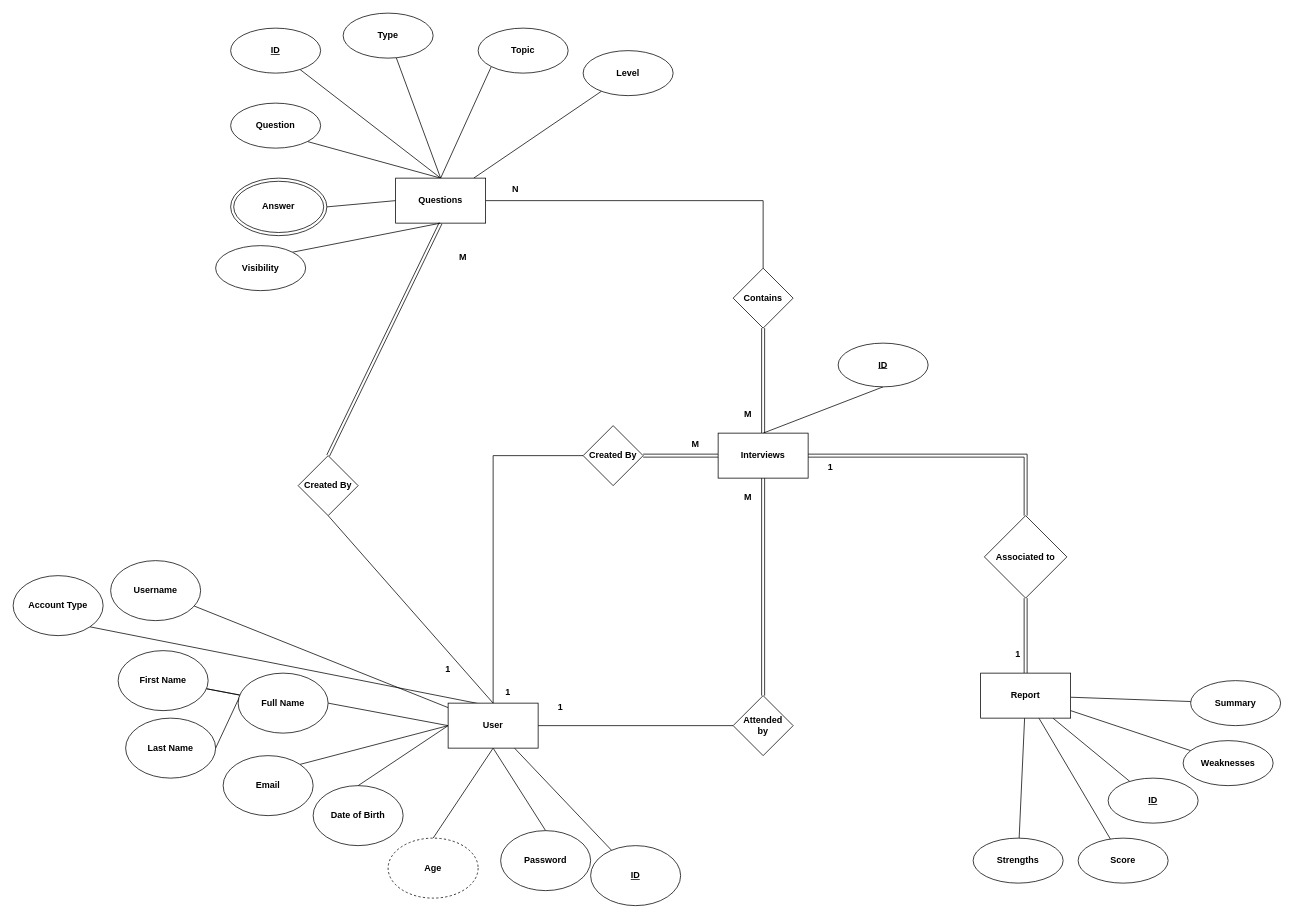
Before: docs/diagrams/ERD.drawio in YP6/AI-Interviewer-BOT, a draw.io diagram. Source tidied: cells renumbered, new cells numbered last; positions are measured from the earlier drawing's top-left corner, leaving out a move shared by most shapes. Both pictures are drawn from the tidied source at 75%, with x=0, y=0 at pixel (13, 13).
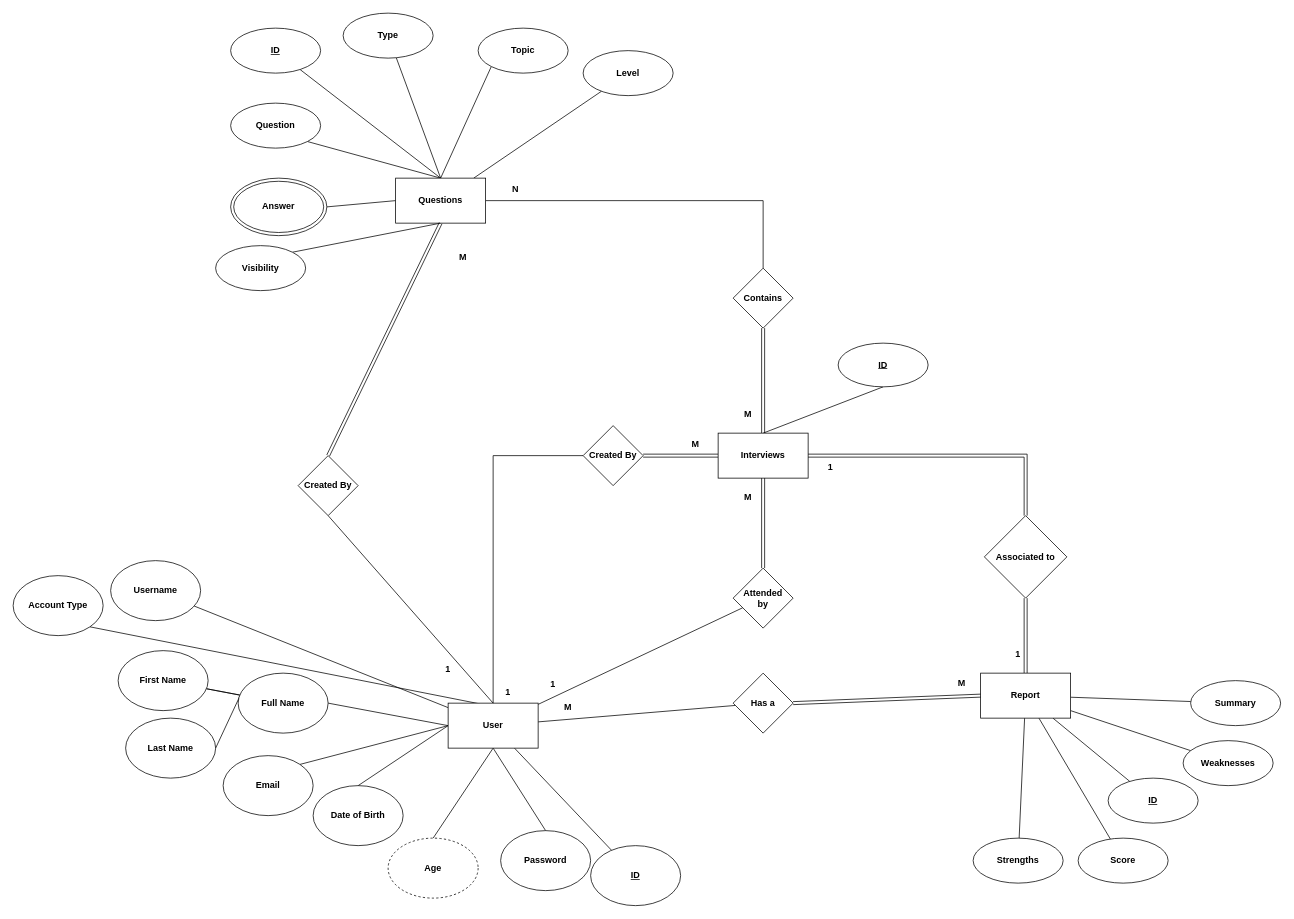
The same page after the edit.

Unchanged cells that the change refers to:
```xml
<mxCell id="12" value="&lt;b&gt;User&lt;/b&gt;" style="rounded=0;whiteSpace=wrap;html=1;" parent="1" vertex="1">
  <mxGeometry x="580" y="920" width="120" height="60" as="geometry" />
</mxCell>
<mxCell id="67" value="&lt;b&gt;Report&lt;/b&gt;" style="rounded=0;whiteSpace=wrap;html=1;" parent="1" vertex="1">
  <mxGeometry x="1290" y="880" width="120" height="60" as="geometry" />
</mxCell>
```

Diff of the diagram source:
```diff
@@
+    <mxCell id="81" style="rounded=0;jettySize=auto;html=1;endArrow=none;endFill=0;" parent="1" edge="1" source="12" target="83">
+      <mxGeometry relative="1" as="geometry" />
+    </mxCell>
@@
     <mxCell id="76" value="&lt;b&gt;Attended&lt;br&gt;by&lt;br&gt;&lt;/b&gt;" style="rhombus;whiteSpace=wrap;html=1;rounded=0;" parent="1" vertex="1">
-      <mxGeometry x="960" y="910" width="80" height="80" as="geometry" />
+      <mxGeometry x="960" y="740" width="80" height="80" as="geometry" />
     </mxCell>
@@
     <mxCell id="78" value="&lt;b&gt;1&lt;/b&gt;" style="text;html=1;strokeColor=none;fillColor=none;align=center;verticalAlign=middle;whiteSpace=wrap;rounded=0;" parent="1" vertex="1">
-      <mxGeometry x="700" y="910" width="60" height="30" as="geometry" />
+      <mxGeometry x="690" y="880" width="60" height="30" as="geometry" />
     </mxCell>
@@
+    <mxCell id="82" style="rounded=0;jettySize=auto;html=1;exitX=1;exitY=0.5;exitDx=0;exitDy=0;entryX=0;entryY=0.5;entryDx=0;entryDy=0;endArrow=none;endFill=0;shape=link;" parent="1" edge="1" source="83" target="67">
+      <mxGeometry relative="1" as="geometry" />
+    </mxCell>
+    <mxCell id="83" value="&lt;b&gt;Has a&lt;/b&gt;" style="rhombus;whiteSpace=wrap;html=1;rounded=0;" parent="1" vertex="1">
+      <mxGeometry x="960" y="880" width="80" height="80" as="geometry" />
+    </mxCell>
+    <mxCell id="84" value="&lt;b&gt;M&lt;/b&gt;" style="text;html=1;strokeColor=none;fillColor=none;align=center;verticalAlign=middle;whiteSpace=wrap;rounded=0;" parent="1" vertex="1">
+      <mxGeometry x="1235" y="879" width="60" height="30" as="geometry" />
+    </mxCell>
+    <mxCell id="85" value="&lt;b&gt;M&lt;/b&gt;" style="text;html=1;strokeColor=none;fillColor=none;align=center;verticalAlign=middle;whiteSpace=wrap;rounded=0;" parent="1" vertex="1">
+      <mxGeometry x="710" y="910" width="60" height="30" as="geometry" />
+    </mxCell>
```
